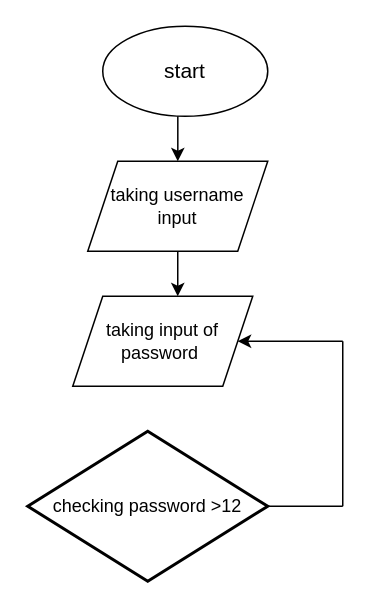
felix715/Economics keeps this draw.io diagram as Untitled Diagram.drawio. Above is the earlier version. Source tidied: cells renumbered, new cells numbered last; positions are measured from the earlier drawing's top-left corner, leaving out a move shared by most shapes. Both pictures are drawn from the tidied source at 150%, with x=0, y=0 at pixel (27, 26).
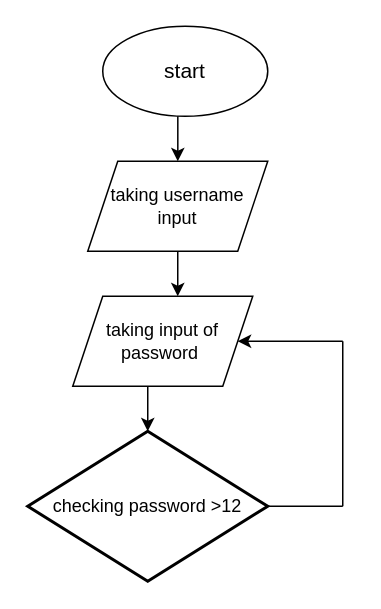
The same page after the edit.

Change to the diagram source:
```diff
@@
 <mxGraphModel>
   <root>
     <mxCell id="0" />
     <mxCell id="1" parent="0" />
     <mxCell id="2" value="&lt;font style=&quot;font-size: 14px;&quot;&gt;start&lt;/font&gt;" style="ellipse;whiteSpace=wrap;html=1;" parent="1" vertex="1">
       <mxGeometry x="50" width="110" height="60" as="geometry" />
     </mxCell>
     <mxCell id="3" value="taking input of password&amp;nbsp;" style="shape=parallelogram;perimeter=parallelogramPerimeter;whiteSpace=wrap;html=1;fixedSize=1;" parent="1" vertex="1">
       <mxGeometry x="30" y="180" width="120" height="60" as="geometry" />
     </mxCell>
     <mxCell id="4" style="endArrow=classic;html=1;rounded=0;exitX=0.455;exitY=1;exitDx=0;exitDy=0;exitPerimeter=0;" parent="1" edge="1" source="2" target="5">
       <mxGeometry relative="1" as="geometry" />
     </mxCell>
     <mxCell id="5" value="taking username input" style="shape=parallelogram;perimeter=parallelogramPerimeter;whiteSpace=wrap;html=1;fixedSize=1;" parent="1" vertex="1">
       <mxGeometry x="40" y="90" width="120" height="60" as="geometry" />
     </mxCell>
     <mxCell id="6" value="checking password &amp;gt;12" style="strokeWidth=2;html=1;shape=mxgraph.flowchart.decision;whiteSpace=wrap;" parent="1" vertex="1">
       <mxGeometry y="270" width="160" height="100" as="geometry" />
     </mxCell>
     <mxCell id="7" style="endArrow=classic;html=1;rounded=0;" parent="1" edge="1">
       <mxGeometry relative="1" as="geometry">
         <mxPoint x="210" y="210" as="sourcePoint" />
         <mxPoint x="140" y="210" as="targetPoint" />
       </mxGeometry>
     </mxCell>
     <mxCell id="8" style="endArrow=none;html=1;rounded=0;" parent="1" edge="1">
       <mxGeometry relative="1" as="geometry">
         <mxPoint x="210" y="320" as="sourcePoint" />
         <mxPoint x="210" y="210" as="targetPoint" />
       </mxGeometry>
     </mxCell>
     <mxCell id="9" style="endArrow=none;html=1;rounded=0;" parent="1" edge="1">
       <mxGeometry relative="1" as="geometry">
         <mxPoint x="160" y="320" as="sourcePoint" />
         <mxPoint x="210" y="320" as="targetPoint" />
       </mxGeometry>
     </mxCell>
     <mxCell id="10" style="endArrow=classic;html=1;rounded=0;" parent="1" edge="1" source="5">
       <mxGeometry relative="1" as="geometry">
         <mxPoint x="100" y="180" as="targetPoint" />
       </mxGeometry>
     </mxCell>
+    <mxCell id="11" style="endArrow=classic;html=1;rounded=0;" parent="1" edge="1">
+      <mxGeometry relative="1" as="geometry">
+        <mxPoint x="80" y="240" as="sourcePoint" />
+        <mxPoint x="80" y="270" as="targetPoint" />
+      </mxGeometry>
+    </mxCell>
   </root>
 </mxGraphModel>
```
